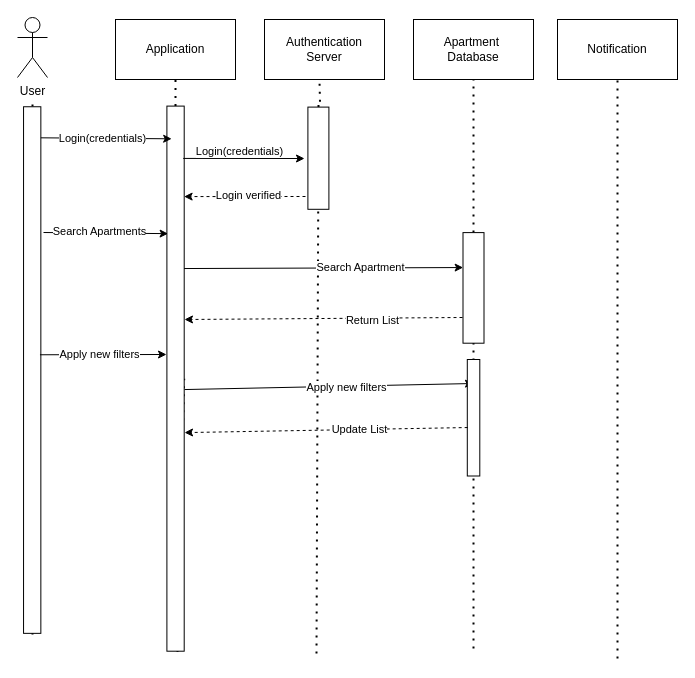
The draw.io diagram page "Page-7" (7 of 7) of Untitled Diagram.drawio in VinaiRamadhin/COMP2606A1, before the edit. Source tidied: cells renumbered, new cells numbered last; positions are measured from the earlier drawing's top-left corner, leaving out a move shared by most shapes. Both pictures are drawn from the tidied source at 100%, with x=0, y=0 at pixel (-232, 17).
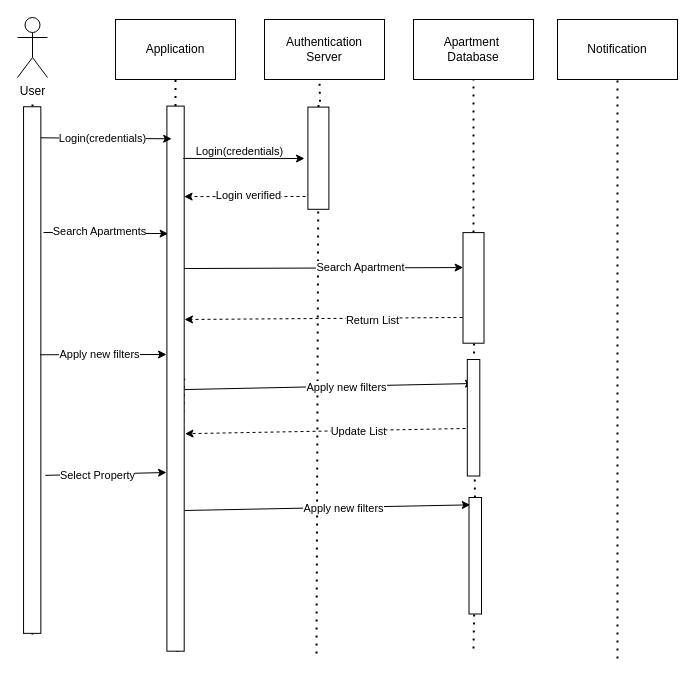
After the change.

The change refers to these unchanged cells:
```xml
<mxCell id="12" style="rounded=0;whiteSpace=wrap;html=1;rotation=-90;" parent="1" vertex="1">
  <mxGeometry x="0.4" y="343.9" width="526.6" height="17.3" as="geometry" />
</mxCell>
<mxCell id="14" style="rounded=0;whiteSpace=wrap;html=1;rotation=-90;" parent="1" vertex="1">
  <mxGeometry x="134.5" y="352.5" width="545.1" height="17.3" as="geometry" />
</mxCell>
<mxCell id="36" style="rounded=0;whiteSpace=wrap;html=1;rotation=-90;" parent="1" vertex="1">
  <mxGeometry x="646.8" y="394" width="116.5" height="12.5" as="geometry" />
</mxCell>
```

The edit, as a diff of the source:
```diff
@@
-    <mxCell id="18" style="endArrow=none;dashed=1;html=1;dashPattern=1 3;strokeWidth=2;rounded=0;" parent="1" edge="1">
+    <mxCell id="18" style="endArrow=none;dashed=1;html=1;dashPattern=1 3;strokeWidth=2;rounded=0;" parent="1" edge="1" source="44">
       <mxGeometry relative="1" as="geometry">
-        <mxPoint x="705" y="631" as="sourcePoint" />
         <mxPoint x="705" y="242" as="targetPoint" />
       </mxGeometry>
     </mxCell>
@@
-    <mxCell id="37" style="html=1;labelBackgroundColor=#ffffff;startArrow=none;startFill=0;startSize=6;endArrow=classic;endFill=1;endSize=6;jettySize=auto;strokeWidth=1;dashed=1;fontSize=14;rounded=0;entryX=0.401;entryY=1.02;entryDx=0;entryDy=0;entryPerimeter=0;exitX=0.416;exitY=0.029;exitDx=0;exitDy=0;exitPerimeter=0;" parent="1" edge="1" source="36" target="14">
-      <mxGeometry relative="1" as="geometry" />
+    <mxCell id="37" style="html=1;labelBackgroundColor=#ffffff;startArrow=none;startFill=0;startSize=6;endArrow=classic;endFill=1;endSize=6;jettySize=auto;strokeWidth=1;dashed=1;fontSize=14;rounded=0;entryX=0.399;entryY=1.046;entryDx=0;entryDy=0;entryPerimeter=0;" parent="1" edge="1" target="14">
+      <mxGeometry relative="1" as="geometry">
+        <mxPoint x="697" y="411" as="sourcePoint" />
+      </mxGeometry>
     </mxCell>
@@
+    <mxCell id="39" style="endArrow=classic;html=1;rounded=0;exitX=0.3;exitY=1.258;exitDx=0;exitDy=0;exitPerimeter=0;" parent="1" edge="1" source="12">
+      <mxGeometry relative="1" as="geometry">
+        <mxPoint x="398" y="455" as="targetPoint" />
+      </mxGeometry>
+    </mxCell>
+    <mxCell id="40" value="Select Property" style="edgeLabel;html=1;align=center;verticalAlign=middle;" parent="39" vertex="1">
+      <mxGeometry x="-0.44" relative="1" as="geometry">
+        <mxPoint x="18" as="offset" />
+      </mxGeometry>
+    </mxCell>
+    <mxCell id="41" style="endArrow=classic;html=1;rounded=0;exitX=0.48;exitY=1.02;exitDx=0;exitDy=0;exitPerimeter=0;entryX=0.937;entryY=0.102;entryDx=0;entryDy=0;entryPerimeter=0;" parent="1" edge="1" target="44">
+      <mxGeometry relative="1" as="geometry">
+        <mxPoint x="416" y="493" as="sourcePoint" />
+      </mxGeometry>
+    </mxCell>
+    <mxCell id="42" value="Apply new filters" style="edgeLabel;html=1;align=center;verticalAlign=middle;" parent="41" vertex="1">
+      <mxGeometry x="0.27" y="-1" relative="1" as="geometry">
+        <mxPoint x="-23" as="offset" />
+      </mxGeometry>
+    </mxCell>
+    <mxCell id="43" style="endArrow=none;dashed=1;html=1;dashPattern=1 3;strokeWidth=2;rounded=0;" parent="1" edge="1" target="44">
+      <mxGeometry relative="1" as="geometry">
+        <mxPoint x="705" y="631" as="sourcePoint" />
+      </mxGeometry>
+    </mxCell>
+    <mxCell id="44" style="rounded=0;whiteSpace=wrap;html=1;rotation=-90;" parent="1" vertex="1">
+      <mxGeometry x="648.5" y="532" width="116.5" height="12.5" as="geometry" />
+    </mxCell>
```
